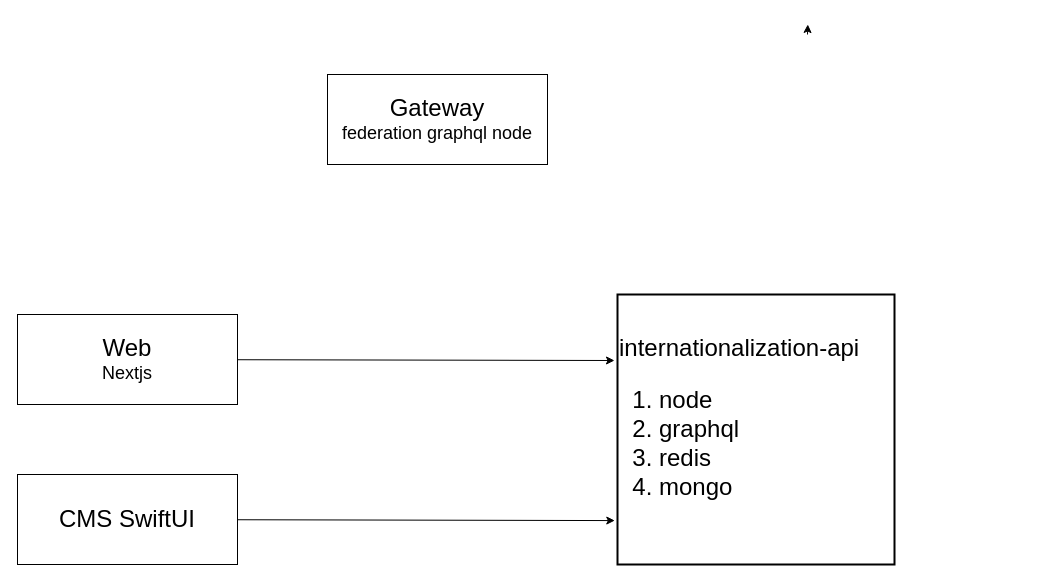
Above: structure.drawio in GiovanySantos/giovany (draw.io), before the change. Source tidied: cells renumbered, new cells numbered last; positions are measured from the earlier drawing's top-left corner, leaving out a move shared by most shapes. Both pictures are drawn from the tidied source at 100%, with x=0, y=0 at pixel (17, 24).
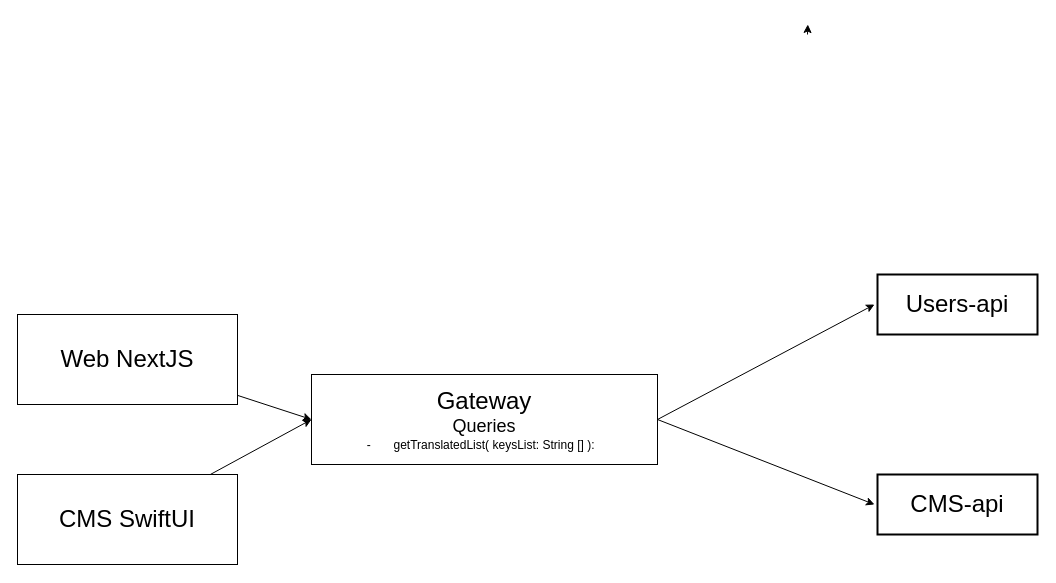
The same diagram, later.

The edit, as a diff of the source:
```diff
@@
 <mxGraphModel>
   <root>
     <mxCell id="0" />
     <mxCell id="1" parent="0" />
-    <mxCell id="2" style="edgeStyle=none;html=1;entryX=0;entryY=0.25;entryDx=0;entryDy=0;fontSize=18;" parent="1" edge="1" source="3" target="6">
+    <mxCell id="2" style="edgeStyle=none;html=1;entryX=0;entryY=0.5;entryDx=0;entryDy=0;fontSize=18;" parent="1" edge="1" source="3" target="4">
       <mxGeometry relative="1" as="geometry" />
     </mxCell>
-    <mxCell id="3" value="&lt;font style=&quot;&quot;&gt;&lt;font style=&quot;font-size: 24px;&quot;&gt;Web&lt;br&gt;&lt;/font&gt;&lt;font style=&quot;font-size: 18px;&quot;&gt;Nextjs&lt;/font&gt;&lt;br&gt;&lt;/font&gt;" style="rounded=0;whiteSpace=wrap;html=1;" parent="1" vertex="1">
+    <mxCell id="3" value="&lt;font style=&quot;&quot;&gt;&lt;font style=&quot;font-size: 24px;&quot;&gt;Web NextJS&lt;/font&gt;&lt;br&gt;&lt;/font&gt;" style="rounded=0;whiteSpace=wrap;html=1;" parent="1" vertex="1">
       <mxGeometry y="290" width="220" height="90" as="geometry" />
     </mxCell>
+    <mxCell id="9" style="edgeStyle=none;html=1;exitX=1;exitY=0.5;exitDx=0;exitDy=0;entryX=0;entryY=0.5;entryDx=0;entryDy=0;" parent="1" edge="1" source="4" target="11">
+      <mxGeometry relative="1" as="geometry" />
+    </mxCell>
+    <mxCell id="10" style="edgeStyle=none;html=1;entryX=0;entryY=0.5;entryDx=0;entryDy=0;exitX=1;exitY=0.5;exitDx=0;exitDy=0;" parent="1" edge="1" source="4" target="6">
+      <mxGeometry relative="1" as="geometry" />
+    </mxCell>
-    <mxCell id="4" value="&lt;font style=&quot;&quot;&gt;&lt;span style=&quot;font-size: 24px;&quot;&gt;Gateway&lt;br&gt;&lt;/span&gt;&lt;span style=&quot;font-size: 18px;&quot;&gt;federation graphql node&lt;/span&gt;&lt;br&gt;&lt;/font&gt;" style="rounded=0;whiteSpace=wrap;html=1;" parent="1" vertex="1">
-      <mxGeometry x="310" y="50" width="220" height="90" as="geometry" />
+    <mxCell id="4" value="&lt;font style=&quot;&quot;&gt;&lt;span style=&quot;font-size: 24px;&quot;&gt;Gateway&lt;br&gt;&lt;/span&gt;&lt;span style=&quot;font-size: 18px;&quot;&gt;Queries&lt;br&gt;&lt;/span&gt;-&lt;span style=&quot;white-space: pre;&quot;&gt;&#9;&lt;/span&gt;getTranslatedList( keysList: String [] ):&amp;nbsp;&amp;nbsp;&lt;br&gt;&lt;/font&gt;" style="rounded=0;whiteSpace=wrap;html=1;" parent="1" vertex="1">
+      <mxGeometry x="294" y="350" width="346" height="90" as="geometry" />
     </mxCell>
     <mxCell id="5" style="edgeStyle=none;html=1;fontSize=18;" parent="1" edge="1">
       <mxGeometry relative="1" as="geometry">
         <mxPoint x="790" y="10" as="sourcePoint" />
         <mxPoint x="790.3" as="targetPoint" />
       </mxGeometry>
     </mxCell>
-    <mxCell id="6" value="&lt;span style=&quot;font-size: 24px; background-color: initial;&quot;&gt;internationalization-api&lt;br&gt;&lt;ol&gt;&lt;li&gt;&lt;span style=&quot;font-size: 24px; background-color: initial;&quot;&gt;node&lt;/span&gt;&lt;/li&gt;&lt;li&gt;&lt;span style=&quot;font-size: 24px; background-color: initial;&quot;&gt;graphql&lt;/span&gt;&lt;/li&gt;&lt;li&gt;&lt;span style=&quot;font-size: 24px; background-color: initial;&quot;&gt;redis&lt;/span&gt;&lt;/li&gt;&lt;li&gt;&lt;span style=&quot;font-size: 24px; background-color: initial;&quot;&gt;mongo&lt;/span&gt;&lt;/li&gt;&lt;/ol&gt;&lt;/span&gt;" style="rounded=0;whiteSpace=wrap;html=1;align=left;strokeWidth=2;perimeterSpacing=3;" parent="1" vertex="1">
-      <mxGeometry x="600" y="270" width="277" height="270" as="geometry" />
+    <mxCell id="6" value="&lt;span style=&quot;font-size: 24px; background-color: initial;&quot;&gt;CMS-api&lt;br&gt;&lt;/span&gt;" style="rounded=0;whiteSpace=wrap;html=1;align=center;strokeWidth=2;perimeterSpacing=3;" parent="1" vertex="1">
+      <mxGeometry x="860" y="450" width="160" height="60" as="geometry" />
     </mxCell>
-    <mxCell id="7" style="edgeStyle=none;html=1;entryX=0.001;entryY=0.83;entryDx=0;entryDy=0;entryPerimeter=0;fontSize=18;" parent="1" edge="1" source="8" target="6">
+    <mxCell id="7" style="edgeStyle=none;html=1;entryX=0;entryY=0.5;entryDx=0;entryDy=0;fontSize=18;" parent="1" edge="1" source="8" target="4">
       <mxGeometry relative="1" as="geometry" />
     </mxCell>
     <mxCell id="8" value="&lt;font style=&quot;&quot;&gt;&lt;span style=&quot;font-size: 24px;&quot;&gt;CMS SwiftUI&lt;/span&gt;&lt;br&gt;&lt;/font&gt;" style="rounded=0;whiteSpace=wrap;html=1;" parent="1" vertex="1">
       <mxGeometry y="450" width="220" height="90" as="geometry" />
     </mxCell>
+    <mxCell id="11" value="&lt;span style=&quot;font-size: 24px; background-color: initial;&quot;&gt;Users-api&lt;br&gt;&lt;/span&gt;" style="rounded=0;whiteSpace=wrap;html=1;align=center;strokeWidth=2;perimeterSpacing=3;" parent="1" vertex="1">
+      <mxGeometry x="860" y="250" width="160" height="60" as="geometry" />
+    </mxCell>
   </root>
 </mxGraphModel>
```
